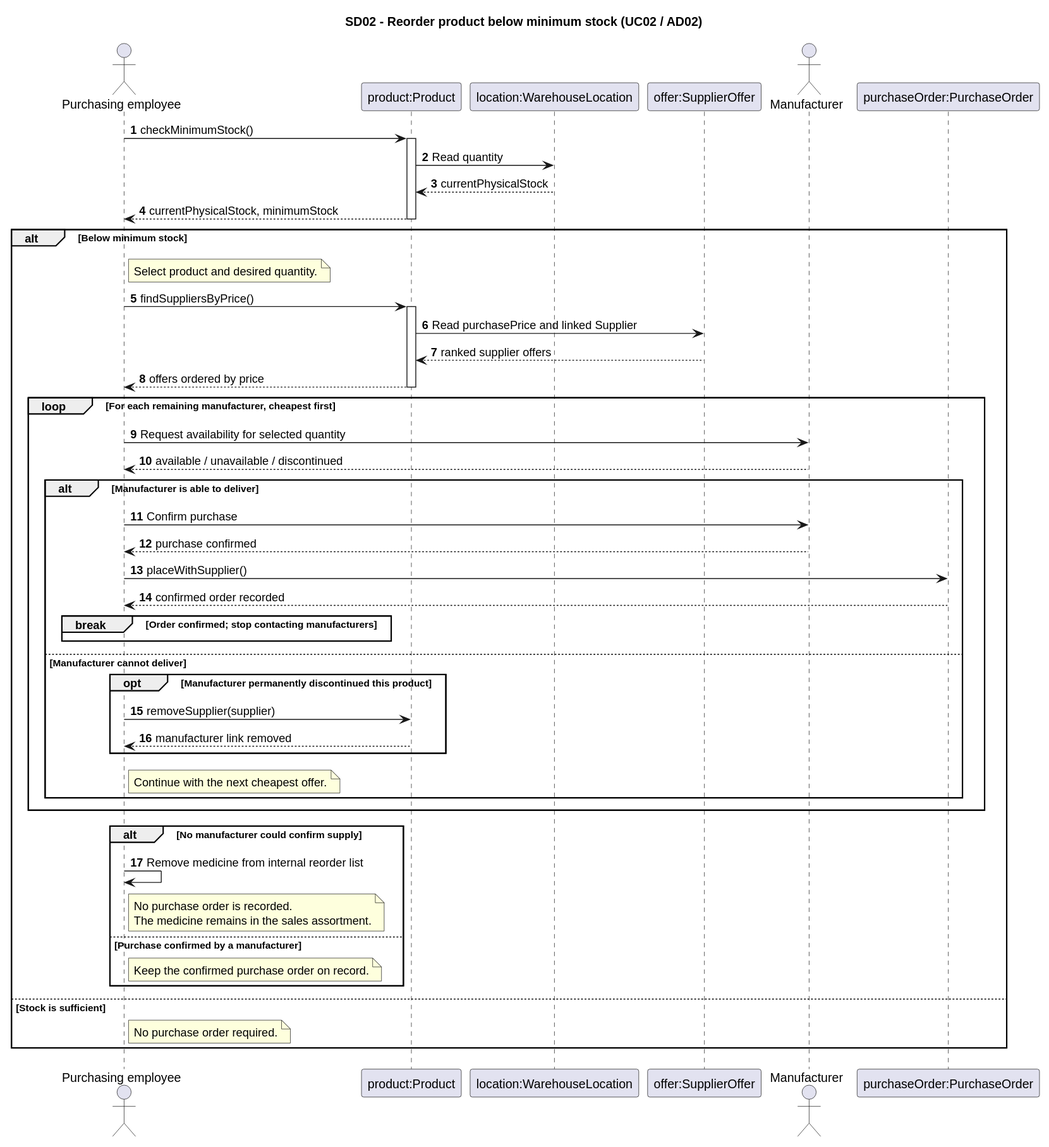
Earlier version of the PlantUML export Documentation/Architecture/uml/export/sequence_diagrams/SD02_ProductNietOpVoorraad.svg (ViktorQorri/Project-Timaflu).
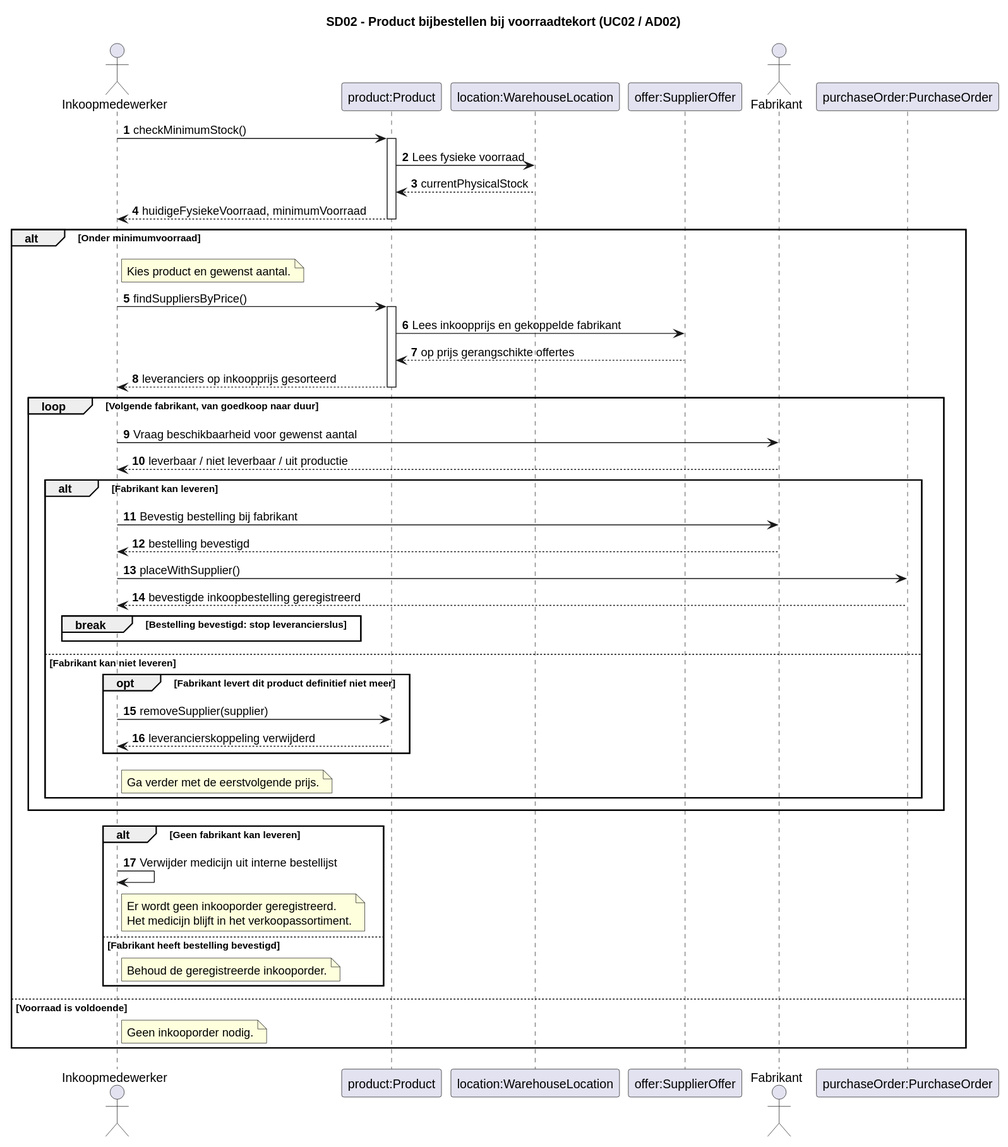
After the change.

The edit, as a diff of the source:
```diff
@@ -1,54 +1,54 @@
 @startuml
-title SD02 - Reorder product below minimum stock (UC02 / AD02)
+title SD02 - Product bijbestellen bij voorraadtekort (UC02 / AD02)
 autonumber
-actor "Purchasing employee" as Purchasing
+actor "Inkoopmedewerker" as Purchasing
 participant "product:Product" as Product
 participant "location:WarehouseLocation" as Location
 participant "offer:SupplierOffer" as Offer
-actor "Manufacturer" as Manufacturer
+actor "Fabrikant" as Manufacturer
 participant "purchaseOrder:PurchaseOrder" as PurchaseOrder
 Purchasing -> Product: checkMinimumStock()
 activate Product
-Product -> Location: Read quantity
+Product -> Location: Lees fysieke voorraad
 Location --> Product: currentPhysicalStock
-Product --> Purchasing: currentPhysicalStock, minimumStock
+Product --> Purchasing: huidigeFysiekeVoorraad, minimumVoorraad
 deactivate Product
-alt Below minimum stock
-  note right of Purchasing: Select product and desired quantity.
+alt Onder minimumvoorraad
+  note right of Purchasing: Kies product en gewenst aantal.
   Purchasing -> Product: findSuppliersByPrice()
   activate Product
-  Product -> Offer: Read purchasePrice and linked Supplier
-  Offer --> Product: ranked supplier offers
-  Product --> Purchasing: offers ordered by price
+  Product -> Offer: Lees inkoopprijs en gekoppelde fabrikant
+  Offer --> Product: op prijs gerangschikte offertes
+  Product --> Purchasing: leveranciers op inkoopprijs gesorteerd
   deactivate Product
-  loop For each remaining manufacturer, cheapest first
-    Purchasing -> Manufacturer: Request availability for selected quantity
-    Manufacturer --> Purchasing: available / unavailable / discontinued
-    alt Manufacturer is able to deliver
-      Purchasing -> Manufacturer: Confirm purchase
-      Manufacturer --> Purchasing: purchase confirmed
+  loop Volgende fabrikant, van goedkoop naar duur
+    Purchasing -> Manufacturer: Vraag beschikbaarheid voor gewenst aantal
+    Manufacturer --> Purchasing: leverbaar / niet leverbaar / uit productie
+    alt Fabrikant kan leveren
+      Purchasing -> Manufacturer: Bevestig bestelling bij fabrikant
+      Manufacturer --> Purchasing: bestelling bevestigd
       Purchasing -> PurchaseOrder: placeWithSupplier()
-      PurchaseOrder --> Purchasing: confirmed order recorded
-      break Order confirmed; stop contacting manufacturers
+      PurchaseOrder --> Purchasing: bevestigde inkoopbestelling geregistreerd
+      break Bestelling bevestigd: stop leverancierslus
       end
-    else Manufacturer cannot deliver
-      opt Manufacturer permanently discontinued this product
+    else Fabrikant kan niet leveren
+      opt Fabrikant levert dit product definitief niet meer
         Purchasing -> Product: removeSupplier(supplier)
-        Product --> Purchasing: manufacturer link removed
+        Product --> Purchasing: leverancierskoppeling verwijderd
       end
-      note right of Purchasing: Continue with the next cheapest offer.
+      note right of Purchasing: Ga verder met de eerstvolgende prijs.
     end
   end
-  alt No manufacturer could confirm supply
-    Purchasing -> Purchasing: Remove medicine from internal reorder list
+  alt Geen fabrikant kan leveren
+    Purchasing -> Purchasing: Verwijder medicijn uit interne bestellijst
     note right of Purchasing
-      No purchase order is recorded.
-      The medicine remains in the sales assortment.
+      Er wordt geen inkooporder geregistreerd.
+      Het medicijn blijft in het verkoopassortiment.
     end note
-  else Purchase confirmed by a manufacturer
-    note right of Purchasing: Keep the confirmed purchase order on record.
+  else Fabrikant heeft bestelling bevestigd
+    note right of Purchasing: Behoud de geregistreerde inkooporder.
   end
-else Stock is sufficient
-  note right of Purchasing: No purchase order required.
+else Voorraad is voldoende
+  note right of Purchasing: Geen inkooporder nodig.
 end
 @enduml
```
